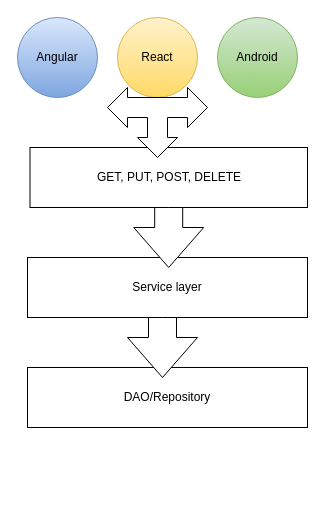
The draw.io diagram AppStructure.drawio in balachandarkec/startup, before the edit. Source tidied: cells renumbered, new cells numbered last; positions are measured from the earlier drawing's top-left corner, leaving out a move shared by most shapes. Both pictures are drawn from the tidied source at 100%, with x=0, y=0 at pixel (17, 17).
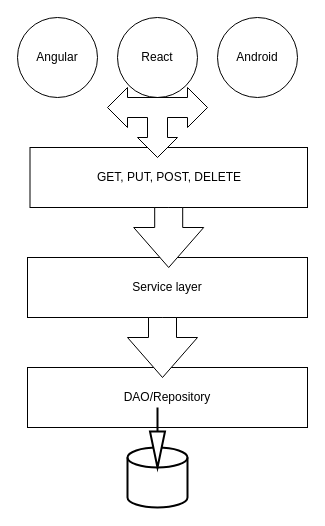
After the change.

The edit, as a diff of the source:
```diff
@@
 <mxGraphModel>
   <root>
     <mxCell id="0" />
     <mxCell id="1" parent="0" />
     <mxCell id="2" value="GET, PUT, POST, DELETE" style="rounded=0;whiteSpace=wrap;html=1;fillColor=none;" parent="1" vertex="1">
       <mxGeometry x="12.5" y="130" width="277.5" height="60" as="geometry" />
     </mxCell>
     <mxCell id="3" style="edgeStyle=orthogonalEdgeStyle;rounded=0;jettySize=auto;html=1;exitX=0;exitY=0.5;exitDx=0;exitDy=0;" parent="1" edge="1" source="4">
       <mxGeometry relative="1" as="geometry">
         <mxPoint x="10" y="270" as="targetPoint" />
       </mxGeometry>
     </mxCell>
     <mxCell id="4" value="Service layer" style="rounded=0;whiteSpace=wrap;html=1;" parent="1" vertex="1">
       <mxGeometry x="10" y="240" width="280" height="60" as="geometry" />
     </mxCell>
     <mxCell id="5" value="DAO/Repository" style="rounded=0;whiteSpace=wrap;html=1;" parent="1" vertex="1">
       <mxGeometry x="10" y="350" width="280" height="60" as="geometry" />
     </mxCell>
-    <mxCell id="6" value="Angular" style="ellipse;whiteSpace=wrap;html=1;gradientColor=#7ea6e0;fillColor=#dae8fc;strokeColor=#6c8ebf;" parent="1" vertex="1">
+    <mxCell id="6" value="Angular" style="ellipse;whiteSpace=wrap;html=1;" parent="1" vertex="1">
       <mxGeometry width="80" height="80" as="geometry" />
     </mxCell>
-    <mxCell id="7" value="React" style="ellipse;whiteSpace=wrap;html=1;gradientColor=#ffd966;fillColor=#fff2cc;strokeColor=#d6b656;" parent="1" vertex="1">
+    <mxCell id="7" value="React" style="ellipse;whiteSpace=wrap;html=1;" parent="1" vertex="1">
       <mxGeometry x="100" width="80" height="80" as="geometry" />
     </mxCell>
-    <mxCell id="8" value="Android" style="ellipse;whiteSpace=wrap;html=1;gradientColor=#97d077;fillColor=#d5e8d4;strokeColor=#82b366;" parent="1" vertex="1">
+    <mxCell id="8" value="Android" style="ellipse;whiteSpace=wrap;html=1;" parent="1" vertex="1">
       <mxGeometry x="200" width="80" height="80" as="geometry" />
     </mxCell>
     <mxCell id="9" style="html=1;shadow=0;dashed=0;align=center;verticalAlign=middle;shape=mxgraph.arrows2.arrow;dy=0.6;dx=40;direction=south;notch=0;" parent="1" vertex="1">
       <mxGeometry x="116.2" y="190" width="70" height="60" as="geometry" />
     </mxCell>
     <mxCell id="10" style="html=1;shadow=0;dashed=0;align=center;verticalAlign=middle;shape=mxgraph.arrows2.arrow;dy=0.6;dx=40;direction=south;notch=0;" parent="1" vertex="1">
       <mxGeometry x="110" y="300" width="70" height="60" as="geometry" />
     </mxCell>
     <mxCell id="11" style="html=1;shadow=0;dashed=0;align=center;verticalAlign=middle;shape=mxgraph.arrows2.triadArrow;dy=10;dx=20;arrowHead=40;direction=west;" parent="1" vertex="1">
       <mxGeometry x="90" y="70" width="100" height="70" as="geometry" />
     </mxCell>
+    <mxCell id="12" style="strokeWidth=2;html=1;shape=mxgraph.flowchart.database;whiteSpace=wrap;" parent="1" vertex="1">
+      <mxGeometry x="110" y="430" width="60" height="60" as="geometry" />
+    </mxCell>
+    <mxCell id="13" style="verticalLabelPosition=bottom;verticalAlign=top;html=1;strokeWidth=2;shape=mxgraph.arrows2.arrow;dy=1;dx=36;notch=0;direction=south;" parent="1" vertex="1">
+      <mxGeometry x="132.5" y="390" width="15" height="60" as="geometry" />
+    </mxCell>
   </root>
 </mxGraphModel>
```
